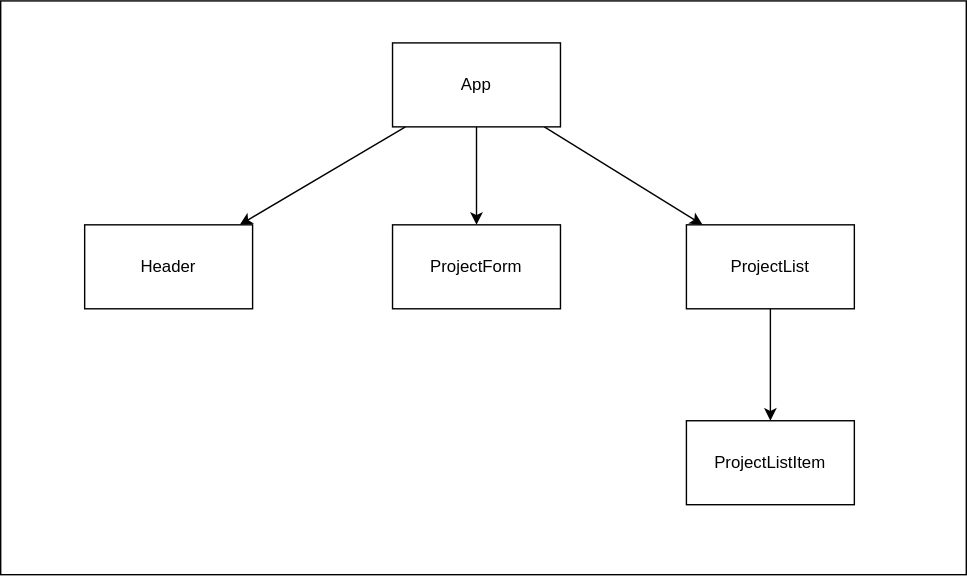
Earlier version of the draw.io export 01_components_and_props/assets/component-hierarchy.drawio.svg (learn-co-students/SENG-LIVE-082922-phase-2-react). Source tidied: cells renumbered, new cells last; positions are measured from the earlier drawing's top-left corner, leaving out a move shared by most shapes.
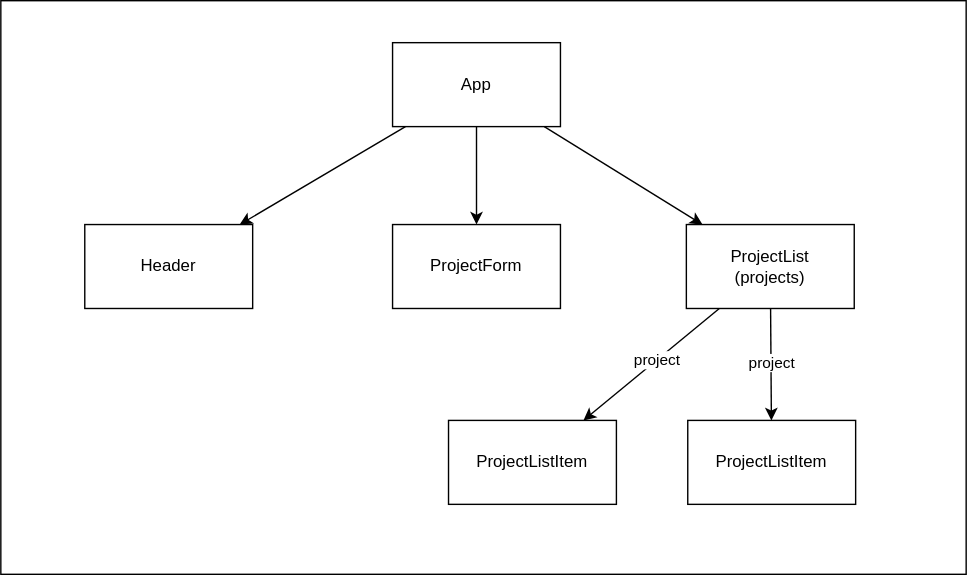
After the commit.

Diff of the diagram source:
```diff
@@ -5,6 +5,9 @@
     <mxCell id="2" style="rounded=0;whiteSpace=wrap;html=1;" parent="1" vertex="1">
       <mxGeometry width="690" height="410" as="geometry" />
     </mxCell>
+    <mxCell id="13" value="ProjectListItem" style="rounded=0;whiteSpace=wrap;html=1;" parent="1" vertex="1">
+      <mxGeometry x="491" y="300" width="120" height="60" as="geometry" />
+    </mxCell>
     <mxCell id="3" value="Foreground" parent="0" />
     <mxCell id="4" style="edgeStyle=none;html=1;" parent="3" edge="1" source="7" target="8">
       <mxGeometry relative="1" as="geometry" />
@@ -27,11 +30,20 @@
     <mxCell id="10" style="edgeStyle=none;html=1;" parent="3" edge="1" source="11" target="12">
       <mxGeometry relative="1" as="geometry" />
     </mxCell>
+    <mxCell id="14" value="project" style="edgeLabel;html=1;align=center;verticalAlign=middle;" parent="10" vertex="1">
+      <mxGeometry x="-0.08" relative="1" as="geometry" />
+    </mxCell>
+    <mxCell id="15" style="edgeStyle=none;html=1;" parent="3" edge="1" source="11" target="13">
+      <mxGeometry relative="1" as="geometry" />
+    </mxCell>
+    <mxCell id="16" value="project" style="edgeLabel;html=1;align=center;verticalAlign=middle;" parent="15" vertex="1">
+      <mxGeometry x="-0.03" relative="1" as="geometry" />
+    </mxCell>
-    <mxCell id="11" value="ProjectList" style="rounded=0;whiteSpace=wrap;html=1;" parent="3" vertex="1">
+    <mxCell id="11" value="ProjectList&lt;br&gt;(projects)" style="rounded=0;whiteSpace=wrap;html=1;" parent="3" vertex="1">
       <mxGeometry x="490" y="160" width="120" height="60" as="geometry" />
     </mxCell>
     <mxCell id="12" value="ProjectListItem" style="rounded=0;whiteSpace=wrap;html=1;" parent="3" vertex="1">
-      <mxGeometry x="490" y="300" width="120" height="60" as="geometry" />
+      <mxGeometry x="320" y="300" width="120" height="60" as="geometry" />
     </mxCell>
   </root>
 </mxGraphModel>
```
